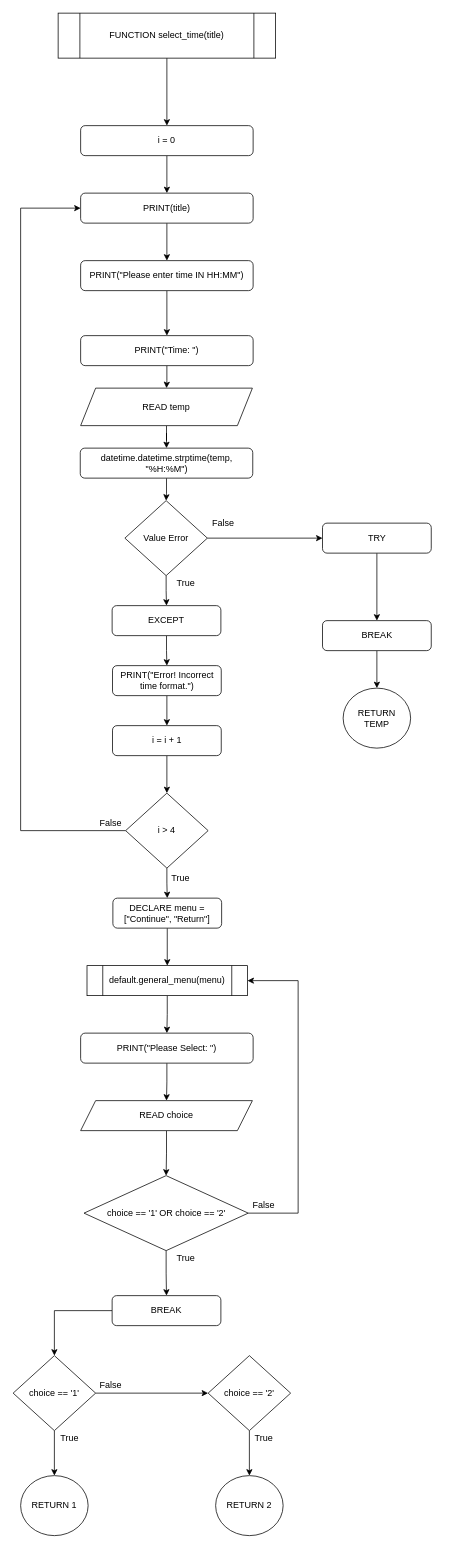
Before: Flowchart/clients/select_time.drawio in RabbitBear00/Car-Rental-System, a draw.io diagram. Source tidied: cells renumbered, new cells numbered last; positions are measured from the earlier drawing's top-left corner, leaving out a move shared by most shapes. Both pictures are drawn from the tidied source at 75%, with x=0, y=0 at pixel (13, 13).
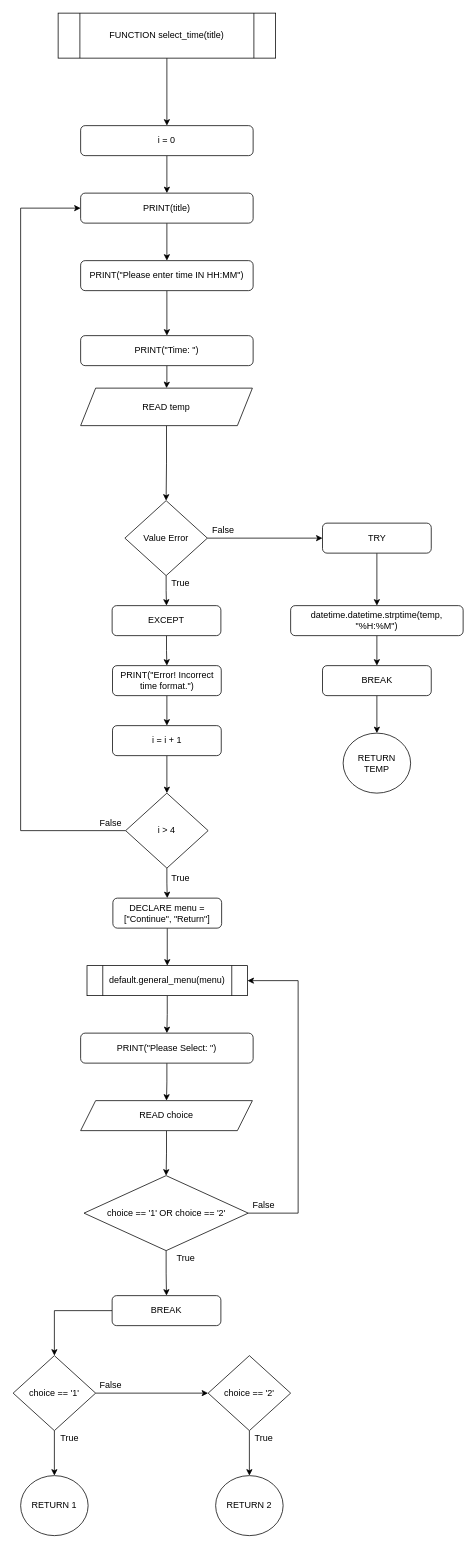
After the change.

The change refers to these unchanged cells:
```xml
<mxCell id="13" value="READ temp" style="shape=parallelogram;perimeter=parallelogramPerimeter;whiteSpace=wrap;html=1;fixedSize=1;" parent="1" vertex="1">
  <mxGeometry x="90" y="500" width="229" height="50" as="geometry" />
</mxCell>
<mxCell id="16" value="Value Error" style="rhombus;whiteSpace=wrap;html=1;" parent="1" vertex="1">
  <mxGeometry x="149" y="650" width="110" height="100" as="geometry" />
</mxCell>
<mxCell id="24" value="TRY" style="rounded=1;whiteSpace=wrap;html=1;" parent="1" vertex="1">
  <mxGeometry x="412.5" y="680" width="145" height="40" as="geometry" />
</mxCell>
```

The edit, as a diff of the source:
```diff
@@
-    <mxCell id="12" style="edgeStyle=orthogonalEdgeStyle;rounded=0;jettySize=auto;html=1;" parent="1" edge="1" source="13" target="61">
-      <mxGeometry relative="1" as="geometry" />
-    </mxCell>
+    <mxCell id="62" style="edgeStyle=orthogonalEdgeStyle;rounded=0;jettySize=auto;html=1;entryX=0.5;entryY=0;entryDx=0;entryDy=0;" parent="1" edge="1" source="13" target="16">
+      <mxGeometry relative="1" as="geometry" />
+    </mxCell>
@@
     <mxCell id="20" value="BREAK" style="rounded=1;whiteSpace=wrap;html=1;" parent="1" vertex="1">
-      <mxGeometry x="412.5" y="810" width="145" height="40" as="geometry" />
+      <mxGeometry x="412.5" y="870" width="145" height="40" as="geometry" />
     </mxCell>
     <mxCell id="21" value="True" style="text;html=1;align=center;verticalAlign=middle;strokeColor=none;" parent="1" vertex="1">
-      <mxGeometry x="210" y="750" width="40" height="20" as="geometry" />
+      <mxGeometry x="203" y="750" width="40" height="20" as="geometry" />
     </mxCell>
     <mxCell id="22" value="False" style="text;html=1;align=center;verticalAlign=middle;strokeColor=none;" parent="1" vertex="1">
-      <mxGeometry x="260" y="670" width="40" height="20" as="geometry" />
+      <mxGeometry x="260" y="680" width="40" height="20" as="geometry" />
     </mxCell>
-    <mxCell id="23" style="edgeStyle=orthogonalEdgeStyle;rounded=0;jettySize=auto;html=1;entryX=0.5;entryY=0;entryDx=0;entryDy=0;" parent="1" edge="1" source="24" target="20">
-      <mxGeometry relative="1" as="geometry" />
-    </mxCell>
+    <mxCell id="63" style="edgeStyle=orthogonalEdgeStyle;rounded=0;jettySize=auto;html=1;entryX=0.5;entryY=0;entryDx=0;entryDy=0;" parent="1" edge="1" source="24" target="61">
+      <mxGeometry relative="1" as="geometry" />
+    </mxCell>
@@
     <mxCell id="52" value="RETURN&lt;br&gt;TEMP" style="ellipse;whiteSpace=wrap;html=1;" parent="1" vertex="1">
-      <mxGeometry x="440" y="900" width="90" height="80" as="geometry" />
+      <mxGeometry x="440" y="960" width="90" height="80" as="geometry" />
     </mxCell>
@@
-    <mxCell id="60" style="edgeStyle=orthogonalEdgeStyle;rounded=0;jettySize=auto;html=1;" parent="1" edge="1" source="61" target="16">
-      <mxGeometry relative="1" as="geometry" />
-    </mxCell>
+    <mxCell id="64" style="edgeStyle=orthogonalEdgeStyle;rounded=0;jettySize=auto;html=1;" parent="1" edge="1" source="61" target="20">
+      <mxGeometry relative="1" as="geometry" />
+    </mxCell>
     <mxCell id="61" value="datetime.datetime.strptime(temp, &quot;%H:%M&quot;)" style="rounded=1;whiteSpace=wrap;html=1;" parent="1" vertex="1">
-      <mxGeometry x="89.5" y="580" width="230" height="40" as="geometry" />
+      <mxGeometry x="370" y="790" width="230" height="40" as="geometry" />
     </mxCell>
```
